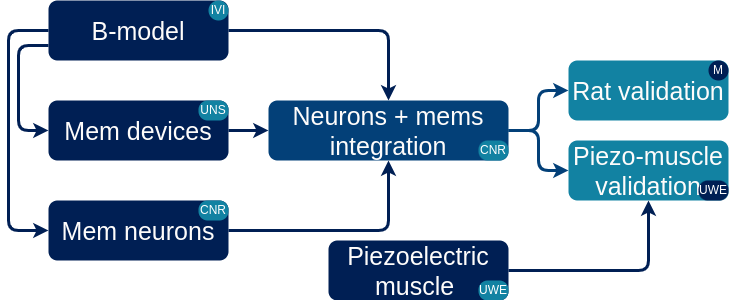
Above: pert_chart.png in max-talanov/bypass (draw.io), before the change. Source tidied: cells renumbered, new cells last; positions are measured from the earlier drawing's top-left corner, leaving out a move shared by most shapes.
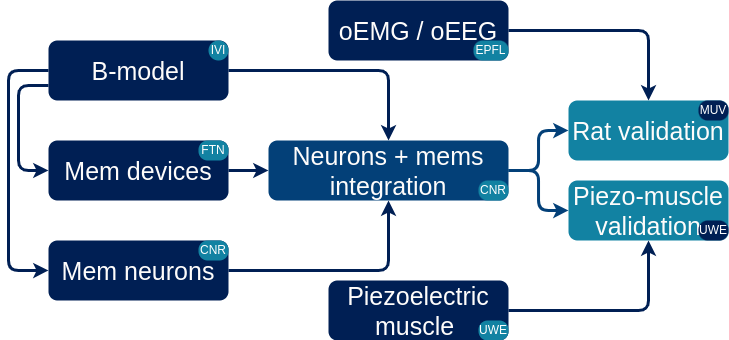
The same file after the commit.

Commit message:
updated pert chart

What changed in the source:
```diff
@@ -48,9 +48,6 @@
         </Array>
       </mxGeometry>
     </mxCell>
-    <mxCell id="14" value="M" style="ellipse;whiteSpace=wrap;html=1;fontColor=#FEFCFB;strokeColor=none;fillColor=#001F54;" parent="1" vertex="1">
-      <mxGeometry x="700" y="60" width="20" height="20" as="geometry" />
-    </mxCell>
     <mxCell id="15" value="Piezo-muscle validation" style="rounded=1;whiteSpace=wrap;html=1;strokeColor=none;fillColor=#1282A2;fontColor=#FEFCFB;fontSize=25;" parent="1" vertex="1">
       <mxGeometry x="560" y="140" width="160" height="60" as="geometry" />
     </mxCell>
@@ -60,7 +57,7 @@
     <mxCell id="17" value="CNR" style="rounded=1;whiteSpace=wrap;html=1;strokeColor=none;fillColor=#1282A2;fontColor=#FFFFFF;arcSize=46;" parent="1" vertex="1">
       <mxGeometry x="190" y="200" width="30" height="20" as="geometry" />
     </mxCell>
-    <mxCell id="18" value="UNS" style="rounded=1;whiteSpace=wrap;html=1;strokeColor=none;fillColor=#1282A2;fontColor=#FFFFFF;arcSize=46;" parent="1" vertex="1">
+    <mxCell id="18" value="FTN" style="rounded=1;whiteSpace=wrap;html=1;strokeColor=none;fillColor=#1282A2;fontColor=#FFFFFF;arcSize=46;" parent="1" vertex="1">
       <mxGeometry x="190" y="100" width="30" height="20" as="geometry" />
     </mxCell>
     <mxCell id="19" value="CNR" style="rounded=1;whiteSpace=wrap;html=1;strokeColor=none;fillColor=#1282A2;fontColor=#FFFFFF;arcSize=46;" parent="1" vertex="1">
@@ -78,5 +75,17 @@
     <mxCell id="23" value="UWE" style="rounded=1;whiteSpace=wrap;html=1;strokeColor=none;fillColor=#1282A2;fontColor=#FFFFFF;arcSize=46;" parent="1" vertex="1">
       <mxGeometry x="470" y="280" width="30" height="20" as="geometry" />
     </mxCell>
+    <mxCell id="24" value="MUV" style="rounded=1;whiteSpace=wrap;html=1;strokeColor=none;fillColor=#001F54;fontColor=#FFFFFF;arcSize=46;" parent="1" vertex="1">
+      <mxGeometry x="690" y="60" width="30" height="20" as="geometry" />
+    </mxCell>
+    <mxCell id="25" value="oEMG / oEEG" style="rounded=1;whiteSpace=wrap;html=1;strokeColor=none;fillColor=#001F54;fontColor=#FEFCFB;fontSize=25;" parent="1" vertex="1">
+      <mxGeometry x="320" y="-40" width="180" height="60" as="geometry" />
+    </mxCell>
+    <mxCell id="26" value="EPFL" style="rounded=1;whiteSpace=wrap;html=1;strokeColor=none;fillColor=#1282A2;fontColor=#FFFFFF;arcSize=46;" parent="1" vertex="1">
+      <mxGeometry x="465" width="35" height="20" as="geometry" />
+    </mxCell>
+    <mxCell id="27" style="edgeStyle=orthogonalEdgeStyle;jettySize=auto;html=1;strokeWidth=3;strokeColor=#001F54;rounded=1;" parent="1" edge="1" source="25" target="11">
+      <mxGeometry relative="1" as="geometry" />
+    </mxCell>
   </root>
 </mxGraphModel>
```
